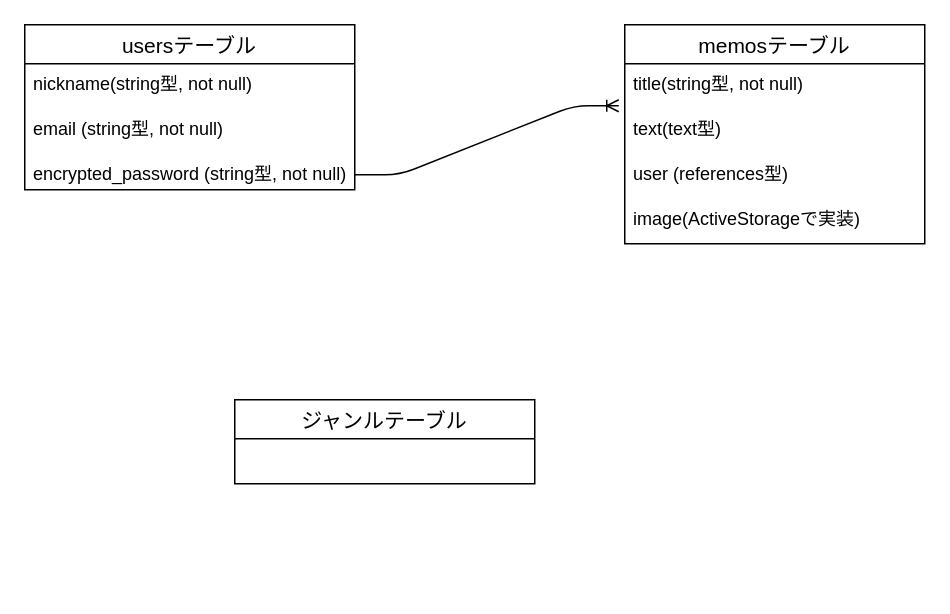
This is ER.dio from emily-08/qnote, a draw.io file, before an edit. Source tidied: cells renumbered, new cells numbered last; positions are measured from the earlier drawing's top-left corner, leaving out a move shared by most shapes. Both pictures are drawn from the tidied source at 150%, with x=0, y=0 at pixel (24, 24).
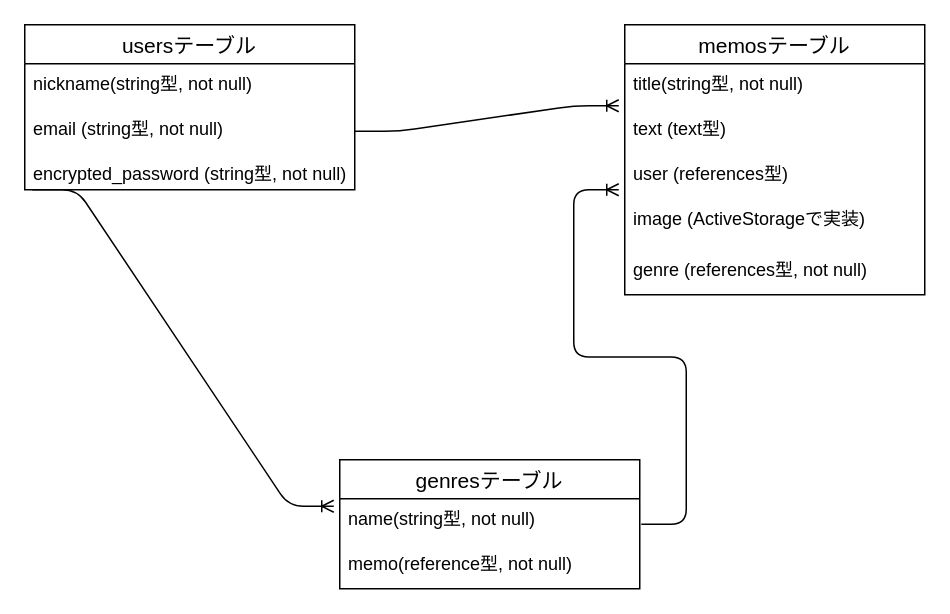
The same page after the edit.

Change to the diagram source:
```diff
@@
 <mxGraphModel>
   <root>
     <mxCell id="0" />
     <mxCell id="1" parent="0" />
     <mxCell id="2" value="usersテーブル" style="swimlane;fontStyle=0;horizontal=1;startSize=26;align=center;fontSize=14;" parent="1" vertex="1">
       <mxGeometry width="220" height="110" as="geometry" />
     </mxCell>
     <mxCell id="3" value="nickname(string型, not null)" style="text;strokeColor=none;fillColor=none;spacingLeft=4;spacingRight=4;overflow=hidden;fontSize=12;" parent="2" vertex="1">
       <mxGeometry y="26" width="220" height="30" as="geometry" />
     </mxCell>
     <mxCell id="4" value="email (string型, not null)&#10;" style="text;strokeColor=none;fillColor=none;spacingLeft=4;spacingRight=4;overflow=hidden;points=[[0,0.5],[1,0.5]];portConstraint=eastwest;fontSize=12;" parent="2" vertex="1">
       <mxGeometry y="56" width="220" height="30" as="geometry" />
     </mxCell>
     <mxCell id="5" value="encrypted_password (string型, not null)&#10;" style="text;strokeColor=none;fillColor=none;spacingLeft=4;spacingRight=4;overflow=hidden;fontSize=12;" parent="2" vertex="1">
       <mxGeometry y="86" width="220" height="24" as="geometry" />
     </mxCell>
     <mxCell id="6" value="memosテーブル" style="swimlane;fontStyle=0;horizontal=1;startSize=26;align=center;fontSize=14;labelBackgroundColor=none;" parent="1" vertex="1">
-      <mxGeometry x="400" width="200" height="146" as="geometry" />
+      <mxGeometry x="400" width="200" height="180" as="geometry" />
     </mxCell>
     <mxCell id="7" value="title(string型, not null)" style="text;strokeColor=none;fillColor=none;spacingLeft=4;spacingRight=4;overflow=hidden;fontSize=12;" parent="6" vertex="1">
       <mxGeometry y="26" width="200" height="30" as="geometry" />
     </mxCell>
-    <mxCell id="8" value="text(text型)" style="text;strokeColor=none;fillColor=none;spacingLeft=4;spacingRight=4;overflow=hidden;points=[[0,0.5],[1,0.5]];portConstraint=eastwest;fontSize=12;" parent="6" vertex="1">
+    <mxCell id="8" value="text (text型)" style="text;strokeColor=none;fillColor=none;spacingLeft=4;spacingRight=4;overflow=hidden;points=[[0,0.5],[1,0.5]];portConstraint=eastwest;fontSize=12;" parent="6" vertex="1">
       <mxGeometry y="56" width="200" height="30" as="geometry" />
     </mxCell>
     <mxCell id="9" value="user (references型)" style="text;strokeColor=none;fillColor=none;spacingLeft=4;spacingRight=4;overflow=hidden;fontSize=12;labelBackgroundColor=none;align=left;" parent="6" vertex="1">
       <mxGeometry y="86" width="200" height="30" as="geometry" />
     </mxCell>
-    <mxCell id="10" value="image(ActiveStorageで実装)" style="text;strokeColor=none;fillColor=none;spacingLeft=4;spacingRight=4;overflow=hidden;fontSize=12;" parent="6" vertex="1">
-      <mxGeometry y="116" width="200" height="30" as="geometry" />
+    <mxCell id="10" value="image (ActiveStorageで実装)" style="text;strokeColor=none;fillColor=none;spacingLeft=4;spacingRight=4;overflow=hidden;fontSize=12;" parent="6" vertex="1">
+      <mxGeometry y="116" width="200" height="34" as="geometry" />
     </mxCell>
+    <mxCell id="13" value="genre (references型, not null)" style="text;strokeColor=none;fillColor=none;spacingLeft=4;spacingRight=4;overflow=hidden;fontSize=12;" parent="6" vertex="1">
+      <mxGeometry y="150" width="200" height="30" as="geometry" />
+    </mxCell>
-    <mxCell id="11" value="ジャンルテーブル" style="swimlane;fontStyle=0;horizontal=1;startSize=26;align=center;fontSize=14;labelBackgroundColor=none;" parent="1" vertex="1">
-      <mxGeometry x="140" y="250" width="200" height="56" as="geometry" />
+    <mxCell id="11" value="genresテーブル" style="swimlane;fontStyle=0;horizontal=1;startSize=26;align=center;fontSize=14;labelBackgroundColor=none;" parent="1" vertex="1">
+      <mxGeometry x="210" y="290" width="200" height="86" as="geometry" />
     </mxCell>
+    <mxCell id="14" value="name(string型, not null)" style="text;strokeColor=none;fillColor=none;spacingLeft=4;spacingRight=4;overflow=hidden;points=[[0,0.5],[1,0.5]];portConstraint=eastwest;fontSize=12;" parent="11" vertex="1">
+      <mxGeometry y="26" width="200" height="30" as="geometry" />
+    </mxCell>
+    <mxCell id="15" value="memo(reference型, not null)" style="text;strokeColor=none;fillColor=none;spacingLeft=4;spacingRight=4;overflow=hidden;fontSize=12;" parent="11" vertex="1">
+      <mxGeometry y="56" width="200" height="30" as="geometry" />
+    </mxCell>
-    <mxCell id="12" style="edgeStyle=entityRelationEdgeStyle;fontSize=12;html=1;endArrow=ERoneToMany;entryX=-0.02;entryY=-0.067;entryDx=0;entryDy=0;entryPerimeter=0;" parent="1" edge="1" target="8">
-      <mxGeometry relative="1" as="geometry">
-        <mxPoint x="220" y="100" as="sourcePoint" />
-      </mxGeometry>
+    <mxCell id="12" style="edgeStyle=entityRelationEdgeStyle;fontSize=12;html=1;endArrow=ERoneToMany;entryX=-0.02;entryY=-0.067;entryDx=0;entryDy=0;entryPerimeter=0;exitX=1;exitY=0.5;exitDx=0;exitDy=0;" parent="1" edge="1" source="4" target="8">
+      <mxGeometry relative="1" as="geometry" />
     </mxCell>
+    <mxCell id="16" style="edgeStyle=entityRelationEdgeStyle;fontSize=12;html=1;endArrow=ERoneToMany;exitX=1.025;exitY=0.9;exitDx=0;exitDy=0;exitPerimeter=0;" parent="1" edge="1">
+      <mxGeometry relative="1" as="geometry">
+        <mxPoint x="411" y="333" as="sourcePoint" />
+        <mxPoint x="396" y="110" as="targetPoint" />
+      </mxGeometry>
+    </mxCell>
+    <mxCell id="17" style="edgeStyle=entityRelationEdgeStyle;fontSize=12;html=1;endArrow=ERoneToMany;entryX=-0.02;entryY=0.167;entryDx=0;entryDy=0;entryPerimeter=0;" parent="1" edge="1" target="14">
+      <mxGeometry relative="1" as="geometry">
+        <mxPoint x="5" y="110" as="sourcePoint" />
+      </mxGeometry>
+    </mxCell>
   </root>
 </mxGraphModel>
```
